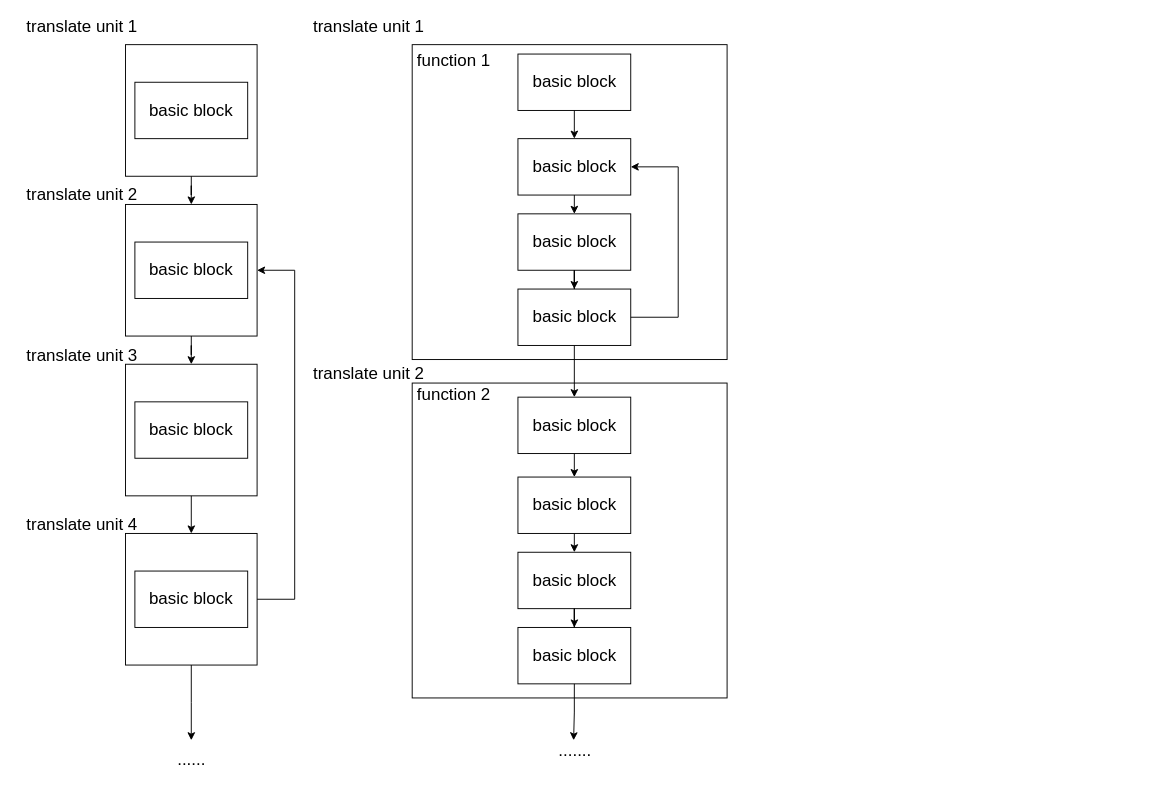
The draw.io diagram page "Page-3" (3 of 38) of lajit.drawio in ganjue66da/ganjue66da, before the edit. Source tidied: cells renumbered, new cells numbered last; positions are measured from the earlier drawing's top-left corner, leaving out a move shared by most shapes. Both pictures are drawn from the tidied source at 94%, with x=0, y=0 at pixel (16, 16).
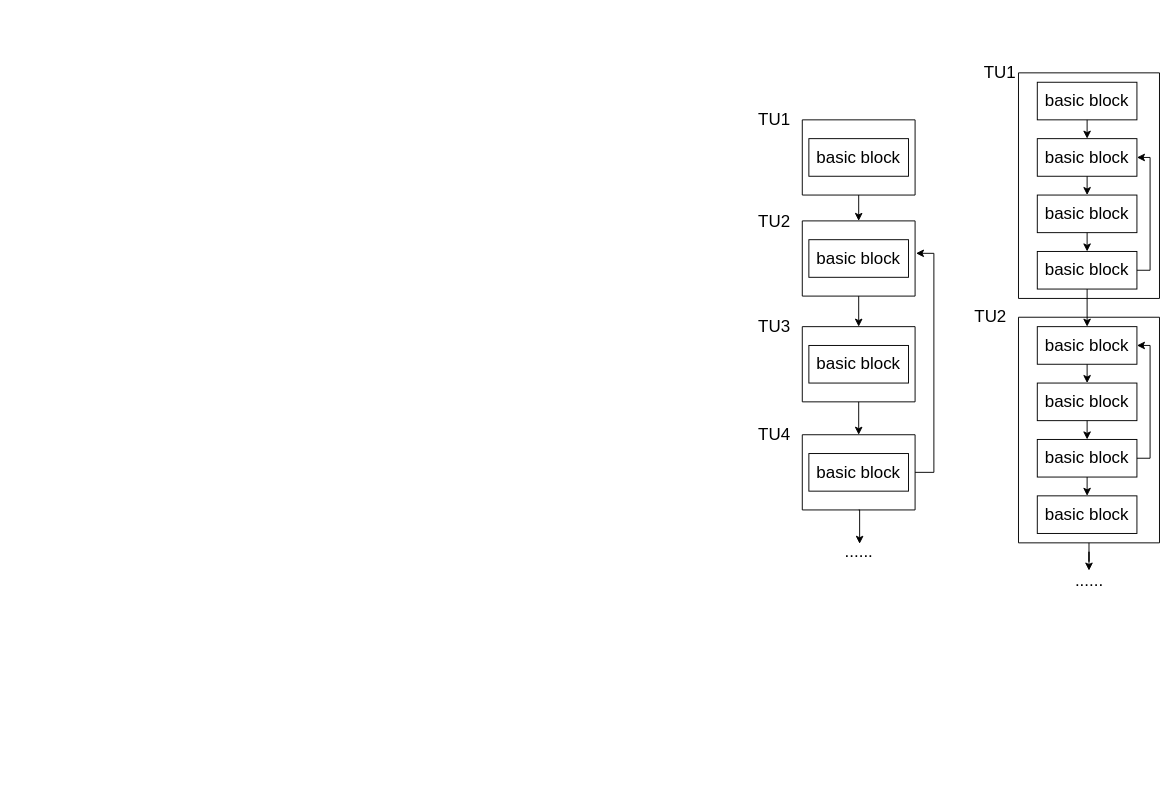
The same page after the edit.

What changed in the source:
```diff
@@
-    <mxCell id="2" style="edgeStyle=orthogonalEdgeStyle;rounded=0;jettySize=auto;html=1;exitX=0.5;exitY=1;exitDx=0;exitDy=0;" parent="1" edge="1" source="3" target="7">
-      <mxGeometry relative="1" as="geometry" />
-    </mxCell>
-    <mxCell id="3" style="whiteSpace=wrap;html=1;fillColor=none;" parent="1" vertex="1">
-      <mxGeometry x="116" y="30" width="140" height="140" as="geometry" />
-    </mxCell>
-    <mxCell id="4" value="&lt;font style=&quot;font-size: 18px&quot;&gt;&amp;nbsp;translate unit 1&lt;/font&gt;" style="text;html=1;align=center;verticalAlign=middle;strokeColor=none;fillColor=none;" parent="1" vertex="1">
-      <mxGeometry width="133" height="21" as="geometry" />
-    </mxCell>
+    <mxCell id="44" style="edgeStyle=orthogonalEdgeStyle;rounded=0;jettySize=auto;html=1;exitX=0.5;exitY=1;exitDx=0;exitDy=0;entryX=0.5;entryY=0;entryDx=0;entryDy=0;" parent="1" edge="1" source="45" target="48">
+      <mxGeometry relative="1" as="geometry" />
+    </mxCell>
+    <mxCell id="45" style="swimlane;startSize=0;" parent="1" vertex="1">
+      <mxGeometry x="836" y="110" width="120" height="80" as="geometry" />
+    </mxCell>
-    <mxCell id="5" value="&lt;font style=&quot;font-size: 18px&quot;&gt;basic block&lt;/font&gt;" style="rounded=0;whiteSpace=wrap;html=1;fillColor=none;" parent="1" vertex="1">
-      <mxGeometry x="126" y="70" width="120" height="60" as="geometry" />
+    <mxCell id="5" value="&lt;font style=&quot;font-size: 18px&quot;&gt;basic block&lt;/font&gt;" style="rounded=0;whiteSpace=wrap;html=1;fillColor=none;" parent="45" vertex="1">
+      <mxGeometry x="7" y="20" width="106" height="40" as="geometry" />
     </mxCell>
-    <mxCell id="6" style="edgeStyle=orthogonalEdgeStyle;rounded=0;jettySize=auto;html=1;entryX=0.5;entryY=0;entryDx=0;entryDy=0;" parent="1" edge="1" source="7" target="10">
-      <mxGeometry relative="1" as="geometry" />
-    </mxCell>
-    <mxCell id="7" style="whiteSpace=wrap;html=1;fillColor=none;" parent="1" vertex="1">
-      <mxGeometry x="116" y="200" width="140" height="140" as="geometry" />
-    </mxCell>
-    <mxCell id="8" value="&lt;font style=&quot;font-size: 18px&quot;&gt;basic block&lt;/font&gt;" style="rounded=0;whiteSpace=wrap;html=1;fillColor=none;" parent="1" vertex="1">
-      <mxGeometry x="126" y="240" width="120" height="60" as="geometry" />
-    </mxCell>
-    <mxCell id="9" style="edgeStyle=orthogonalEdgeStyle;rounded=0;jettySize=auto;html=1;exitX=0.5;exitY=1;exitDx=0;exitDy=0;entryX=0.5;entryY=0;entryDx=0;entryDy=0;" parent="1" edge="1" source="10" target="14">
-      <mxGeometry relative="1" as="geometry" />
-    </mxCell>
-    <mxCell id="10" style="whiteSpace=wrap;html=1;fillColor=none;" parent="1" vertex="1">
-      <mxGeometry x="116" y="370" width="140" height="140" as="geometry" />
-    </mxCell>
-    <mxCell id="11" value="&lt;font style=&quot;font-size: 18px&quot;&gt;basic block&lt;/font&gt;" style="rounded=0;whiteSpace=wrap;html=1;fillColor=none;" parent="1" vertex="1">
-      <mxGeometry x="126" y="410" width="120" height="60" as="geometry" />
-    </mxCell>
-    <mxCell id="12" style="edgeStyle=orthogonalEdgeStyle;rounded=0;jettySize=auto;html=1;exitX=1;exitY=0.5;exitDx=0;exitDy=0;entryX=1;entryY=0.5;entryDx=0;entryDy=0;" parent="1" edge="1" source="14" target="7">
-      <mxGeometry relative="1" as="geometry">
-        <Array as="points">
-          <mxPoint x="296" y="620" />
-          <mxPoint x="296" y="270" />
-        </Array>
-      </mxGeometry>
-    </mxCell>
-    <mxCell id="13" style="edgeStyle=orthogonalEdgeStyle;rounded=0;jettySize=auto;html=1;" parent="1" edge="1" source="14">
-      <mxGeometry relative="1" as="geometry">
-        <mxPoint x="186" y="770" as="targetPoint" />
-      </mxGeometry>
-    </mxCell>
-    <mxCell id="14" style="whiteSpace=wrap;html=1;fillColor=none;" parent="1" vertex="1">
-      <mxGeometry x="116" y="550" width="140" height="140" as="geometry" />
-    </mxCell>
-    <mxCell id="15" value="&lt;font style=&quot;font-size: 18px&quot;&gt;basic block&lt;/font&gt;" style="rounded=0;whiteSpace=wrap;html=1;fillColor=none;" parent="1" vertex="1">
-      <mxGeometry x="126" y="590" width="120" height="60" as="geometry" />
-    </mxCell>
-    <mxCell id="16" value="&lt;font style=&quot;font-size: 18px&quot;&gt;......&lt;/font&gt;" style="text;html=1;align=center;verticalAlign=middle;strokeColor=none;fillColor=none;" parent="1" vertex="1">
-      <mxGeometry x="166" y="780" width="40" height="21" as="geometry" />
-    </mxCell>
-    <mxCell id="17" value="&lt;font style=&quot;font-size: 18px&quot;&gt;&amp;nbsp;translate unit 2&lt;/font&gt;" style="text;html=1;align=center;verticalAlign=middle;strokeColor=none;fillColor=none;" parent="1" vertex="1">
-      <mxGeometry y="179" width="133" height="21" as="geometry" />
-    </mxCell>
-    <mxCell id="18" value="&lt;font style=&quot;font-size: 18px&quot;&gt;&amp;nbsp;translate unit 3&lt;/font&gt;" style="text;html=1;align=center;verticalAlign=middle;strokeColor=none;fillColor=none;" parent="1" vertex="1">
-      <mxGeometry y="350" width="133" height="21" as="geometry" />
-    </mxCell>
-    <mxCell id="19" value="&lt;font style=&quot;font-size: 18px&quot;&gt;&amp;nbsp;translate unit 4&lt;/font&gt;" style="text;html=1;align=center;verticalAlign=middle;strokeColor=none;fillColor=none;" parent="1" vertex="1">
-      <mxGeometry y="530" width="133" height="21" as="geometry" />
-    </mxCell>
-    <mxCell id="20" style="whiteSpace=wrap;html=1;fillColor=none;" parent="1" vertex="1">
-      <mxGeometry x="421" y="30" width="335" height="335" as="geometry" />
-    </mxCell>
-    <mxCell id="21" style="edgeStyle=orthogonalEdgeStyle;rounded=0;jettySize=auto;html=1;exitX=0.5;exitY=1;exitDx=0;exitDy=0;entryX=0.5;entryY=0;entryDx=0;entryDy=0;" parent="1" edge="1" source="22" target="24">
-      <mxGeometry relative="1" as="geometry" />
-    </mxCell>
-    <mxCell id="22" value="&lt;font style=&quot;font-size: 18px&quot;&gt;basic block&lt;/font&gt;" style="rounded=0;whiteSpace=wrap;html=1;fillColor=none;" parent="1" vertex="1">
-      <mxGeometry x="533.5" y="40" width="120" height="60" as="geometry" />
-    </mxCell>
-    <mxCell id="23" style="edgeStyle=orthogonalEdgeStyle;rounded=0;jettySize=auto;html=1;exitX=0.5;exitY=1;exitDx=0;exitDy=0;entryX=0.5;entryY=0;entryDx=0;entryDy=0;" parent="1" edge="1" source="24" target="26">
-      <mxGeometry relative="1" as="geometry" />
-    </mxCell>
-    <mxCell id="24" value="&lt;font style=&quot;font-size: 18px&quot;&gt;basic block&lt;/font&gt;" style="rounded=0;whiteSpace=wrap;html=1;fillColor=none;" parent="1" vertex="1">
-      <mxGeometry x="533.5" y="130" width="120" height="60" as="geometry" />
-    </mxCell>
-    <mxCell id="25" style="edgeStyle=orthogonalEdgeStyle;rounded=0;jettySize=auto;html=1;exitX=0.5;exitY=1;exitDx=0;exitDy=0;" parent="1" edge="1" source="26" target="28">
-      <mxGeometry relative="1" as="geometry" />
-    </mxCell>
-    <mxCell id="26" value="&lt;font style=&quot;font-size: 18px&quot;&gt;basic block&lt;/font&gt;" style="rounded=0;whiteSpace=wrap;html=1;fillColor=none;" parent="1" vertex="1">
-      <mxGeometry x="533.5" y="210" width="120" height="60" as="geometry" />
-    </mxCell>
-    <mxCell id="27" style="edgeStyle=orthogonalEdgeStyle;rounded=0;jettySize=auto;html=1;exitX=1;exitY=0.5;exitDx=0;exitDy=0;entryX=1;entryY=0.5;entryDx=0;entryDy=0;" parent="1" edge="1" source="28" target="24">
-      <mxGeometry relative="1" as="geometry">
-        <Array as="points">
-          <mxPoint x="704" y="320" />
-          <mxPoint x="704" y="160" />
-        </Array>
-      </mxGeometry>
-    </mxCell>
-    <mxCell id="28" value="&lt;font style=&quot;font-size: 18px&quot;&gt;basic block&lt;/font&gt;" style="rounded=0;whiteSpace=wrap;html=1;fillColor=none;" parent="1" vertex="1">
-      <mxGeometry x="533.5" y="290" width="120" height="60" as="geometry" />
-    </mxCell>
-    <mxCell id="29" style="whiteSpace=wrap;html=1;fillColor=none;" parent="1" vertex="1">
-      <mxGeometry x="421" y="390" width="335" height="335" as="geometry" />
-    </mxCell>
-    <mxCell id="30" style="edgeStyle=orthogonalEdgeStyle;rounded=0;jettySize=auto;html=1;exitX=0.5;exitY=1;exitDx=0;exitDy=0;entryX=0.5;entryY=0;entryDx=0;entryDy=0;" parent="1" edge="1" source="31" target="33">
-      <mxGeometry relative="1" as="geometry" />
-    </mxCell>
-    <mxCell id="31" value="&lt;font style=&quot;font-size: 18px&quot;&gt;basic block&lt;/font&gt;" style="rounded=0;whiteSpace=wrap;html=1;fillColor=none;" parent="1" vertex="1">
-      <mxGeometry x="533.5" y="405" width="120" height="60" as="geometry" />
-    </mxCell>
-    <mxCell id="32" style="edgeStyle=orthogonalEdgeStyle;rounded=0;jettySize=auto;html=1;exitX=0.5;exitY=1;exitDx=0;exitDy=0;entryX=0.5;entryY=0;entryDx=0;entryDy=0;" parent="1" edge="1" source="33" target="35">
-      <mxGeometry relative="1" as="geometry" />
-    </mxCell>
-    <mxCell id="33" value="&lt;font style=&quot;font-size: 18px&quot;&gt;basic block&lt;/font&gt;" style="rounded=0;whiteSpace=wrap;html=1;fillColor=none;" parent="1" vertex="1">
-      <mxGeometry x="533.5" y="490" width="120" height="60" as="geometry" />
-    </mxCell>
-    <mxCell id="34" style="edgeStyle=orthogonalEdgeStyle;rounded=0;jettySize=auto;html=1;exitX=0.5;exitY=1;exitDx=0;exitDy=0;" parent="1" edge="1" source="35" target="37">
-      <mxGeometry relative="1" as="geometry" />
-    </mxCell>
-    <mxCell id="35" value="&lt;font style=&quot;font-size: 18px&quot;&gt;basic block&lt;/font&gt;" style="rounded=0;whiteSpace=wrap;html=1;fillColor=none;" parent="1" vertex="1">
-      <mxGeometry x="533.5" y="570" width="120" height="60" as="geometry" />
-    </mxCell>
-    <mxCell id="36" style="edgeStyle=orthogonalEdgeStyle;rounded=0;jettySize=auto;html=1;exitX=0.5;exitY=1;exitDx=0;exitDy=0;entryX=0.472;entryY=0;entryDx=0;entryDy=0;entryPerimeter=0;" parent="1" edge="1" source="37" target="39">
-      <mxGeometry relative="1" as="geometry" />
-    </mxCell>
-    <mxCell id="37" value="&lt;font style=&quot;font-size: 18px&quot;&gt;basic block&lt;/font&gt;" style="rounded=0;whiteSpace=wrap;html=1;fillColor=none;" parent="1" vertex="1">
-      <mxGeometry x="533.5" y="650" width="120" height="60" as="geometry" />
-    </mxCell>
-    <mxCell id="38" style="endArrow=classic;html=1;rounded=0;entryX=0.5;entryY=0;entryDx=0;entryDy=0;exitX=0.5;exitY=1;exitDx=0;exitDy=0;" parent="1" edge="1" source="28" target="31">
-      <mxGeometry relative="1" as="geometry" />
-    </mxCell>
-    <mxCell id="39" value="&lt;font style=&quot;font-size: 18px&quot;&gt;.......&lt;/font&gt;" style="text;html=1;align=center;verticalAlign=middle;points=[];strokeColor=none;fillColor=none;" parent="1" vertex="1">
-      <mxGeometry x="571.5" y="770" width="45" height="21" as="geometry" />
-    </mxCell>
-    <mxCell id="40" value="&lt;font style=&quot;font-size: 18px&quot;&gt;&amp;nbsp;translate unit 1&lt;/font&gt;" style="text;html=1;align=center;verticalAlign=middle;strokeColor=none;fillColor=none;" parent="1" vertex="1">
-      <mxGeometry x="305" width="133" height="21" as="geometry" />
-    </mxCell>
-    <mxCell id="41" value="&lt;font style=&quot;font-size: 18px&quot;&gt;&amp;nbsp;translate unit 2&lt;/font&gt;" style="text;html=1;align=center;verticalAlign=middle;strokeColor=none;fillColor=none;" parent="1" vertex="1">
-      <mxGeometry x="305" y="369" width="133" height="21" as="geometry" />
-    </mxCell>
-    <mxCell id="42" value="function 1" style="text;html=1;align=center;verticalAlign=middle;strokeColor=none;fillColor=none;fontSize=18;" parent="1" vertex="1">
-      <mxGeometry x="421" y="34" width="88" height="26" as="geometry" />
-    </mxCell>
-    <mxCell id="43" value="function 2" style="text;html=1;align=center;verticalAlign=middle;strokeColor=none;fillColor=none;fontSize=18;" parent="1" vertex="1">
-      <mxGeometry x="421" y="390" width="88" height="26" as="geometry" />
-    </mxCell>
+    <mxCell id="46" value="&lt;font style=&quot;font-size: 18px;&quot;&gt;TU1&lt;/font&gt;" style="text;html=1;align=center;verticalAlign=middle;strokeColor=none;fillColor=none;" parent="1" vertex="1">
+      <mxGeometry x="776" y="90" width="60" height="40" as="geometry" />
+    </mxCell>
+    <mxCell id="47" style="edgeStyle=orthogonalEdgeStyle;rounded=0;jettySize=auto;html=1;exitX=0.5;exitY=1;exitDx=0;exitDy=0;entryX=0.5;entryY=0;entryDx=0;entryDy=0;" parent="1" edge="1" source="48" target="52">
+      <mxGeometry relative="1" as="geometry" />
+    </mxCell>
+    <mxCell id="48" style="swimlane;startSize=0;" parent="1" vertex="1">
+      <mxGeometry x="836" y="217.5" width="120" height="80" as="geometry" />
+    </mxCell>
+    <mxCell id="49" value="&lt;font style=&quot;font-size: 18px&quot;&gt;basic block&lt;/font&gt;" style="rounded=0;whiteSpace=wrap;html=1;fillColor=none;" parent="48" vertex="1">
+      <mxGeometry x="7" y="20" width="106" height="40" as="geometry" />
+    </mxCell>
+    <mxCell id="50" value="&lt;font style=&quot;font-size: 18px;&quot;&gt;TU2&lt;/font&gt;" style="text;html=1;align=center;verticalAlign=middle;strokeColor=none;fillColor=none;" parent="1" vertex="1">
+      <mxGeometry x="776" y="197.5" width="60" height="40" as="geometry" />
+    </mxCell>
+    <mxCell id="51" style="edgeStyle=orthogonalEdgeStyle;rounded=0;jettySize=auto;html=1;exitX=0.5;exitY=1;exitDx=0;exitDy=0;entryX=0.5;entryY=0;entryDx=0;entryDy=0;" parent="1" edge="1" source="52" target="57">
+      <mxGeometry relative="1" as="geometry" />
+    </mxCell>
+    <mxCell id="52" style="swimlane;startSize=0;" parent="1" vertex="1">
+      <mxGeometry x="836" y="330" width="120" height="80" as="geometry" />
+    </mxCell>
+    <mxCell id="53" value="&lt;font style=&quot;font-size: 18px&quot;&gt;basic block&lt;/font&gt;" style="rounded=0;whiteSpace=wrap;html=1;fillColor=none;" parent="52" vertex="1">
+      <mxGeometry x="7" y="20" width="106" height="40" as="geometry" />
+    </mxCell>
+    <mxCell id="54" value="&lt;font style=&quot;font-size: 18px;&quot;&gt;TU3&lt;/font&gt;" style="text;html=1;align=center;verticalAlign=middle;strokeColor=none;fillColor=none;" parent="1" vertex="1">
+      <mxGeometry x="776" y="310" width="60" height="40" as="geometry" />
+    </mxCell>
+    <mxCell id="55" style="edgeStyle=orthogonalEdgeStyle;rounded=0;jettySize=auto;html=1;exitX=1;exitY=0.5;exitDx=0;exitDy=0;entryX=1.008;entryY=0.431;entryDx=0;entryDy=0;entryPerimeter=0;" parent="1" edge="1" source="57" target="48">
+      <mxGeometry relative="1" as="geometry" />
+    </mxCell>
+    <mxCell id="56" style="edgeStyle=orthogonalEdgeStyle;rounded=0;jettySize=auto;html=1;exitX=0.5;exitY=1;exitDx=0;exitDy=0;entryX=0.525;entryY=0.095;entryDx=0;entryDy=0;entryPerimeter=0;" parent="1" edge="1" source="57" target="60">
+      <mxGeometry relative="1" as="geometry" />
+    </mxCell>
+    <mxCell id="57" style="swimlane;startSize=0;" parent="1" vertex="1">
+      <mxGeometry x="836" y="445" width="120" height="80" as="geometry" />
+    </mxCell>
+    <mxCell id="58" value="&lt;font style=&quot;font-size: 18px&quot;&gt;basic block&lt;/font&gt;" style="rounded=0;whiteSpace=wrap;html=1;fillColor=none;" parent="57" vertex="1">
+      <mxGeometry x="7" y="20" width="106" height="40" as="geometry" />
+    </mxCell>
+    <mxCell id="59" value="&lt;font style=&quot;font-size: 18px;&quot;&gt;TU4&lt;/font&gt;" style="text;html=1;align=center;verticalAlign=middle;strokeColor=none;fillColor=none;" parent="1" vertex="1">
+      <mxGeometry x="776" y="425" width="60" height="40" as="geometry" />
+    </mxCell>
+    <mxCell id="60" value="&lt;font style=&quot;font-size: 18px&quot;&gt;......&lt;/font&gt;" style="text;html=1;align=center;verticalAlign=middle;points=[];strokeColor=none;fillColor=none;" parent="1" vertex="1">
+      <mxGeometry x="876" y="559" width="40" height="21" as="geometry" />
+    </mxCell>
+    <mxCell id="61" style="swimlane;startSize=0;" parent="1" vertex="1">
+      <mxGeometry x="1066" y="60" width="150" height="240" as="geometry" />
+    </mxCell>
+    <mxCell id="62" style="edgeStyle=orthogonalEdgeStyle;rounded=0;jettySize=auto;html=1;exitX=0.5;exitY=1;exitDx=0;exitDy=0;entryX=0.5;entryY=0;entryDx=0;entryDy=0;" parent="61" edge="1" source="63" target="65">
+      <mxGeometry relative="1" as="geometry" />
+    </mxCell>
+    <mxCell id="63" value="&lt;font style=&quot;font-size: 18px&quot;&gt;basic block&lt;/font&gt;" style="rounded=0;whiteSpace=wrap;html=1;fillColor=none;" parent="61" vertex="1">
+      <mxGeometry x="20" y="10" width="106" height="40" as="geometry" />
+    </mxCell>
+    <mxCell id="64" style="edgeStyle=orthogonalEdgeStyle;rounded=0;jettySize=auto;html=1;exitX=0.5;exitY=1;exitDx=0;exitDy=0;entryX=0.5;entryY=0;entryDx=0;entryDy=0;" parent="61" edge="1" source="65" target="67">
+      <mxGeometry relative="1" as="geometry" />
+    </mxCell>
+    <mxCell id="65" value="&lt;font style=&quot;font-size: 18px&quot;&gt;basic block&lt;/font&gt;" style="rounded=0;whiteSpace=wrap;html=1;fillColor=none;" parent="61" vertex="1">
+      <mxGeometry x="20" y="70" width="106" height="40" as="geometry" />
+    </mxCell>
+    <mxCell id="66" style="edgeStyle=orthogonalEdgeStyle;rounded=0;jettySize=auto;html=1;exitX=0.5;exitY=1;exitDx=0;exitDy=0;entryX=0.5;entryY=0;entryDx=0;entryDy=0;" parent="61" edge="1" source="67" target="69">
+      <mxGeometry relative="1" as="geometry" />
+    </mxCell>
+    <mxCell id="67" value="&lt;font style=&quot;font-size: 18px&quot;&gt;basic block&lt;/font&gt;" style="rounded=0;whiteSpace=wrap;html=1;fillColor=none;" parent="61" vertex="1">
+      <mxGeometry x="20" y="130" width="106" height="40" as="geometry" />
+    </mxCell>
+    <mxCell id="68" style="edgeStyle=orthogonalEdgeStyle;rounded=0;jettySize=auto;html=1;exitX=1;exitY=0.5;exitDx=0;exitDy=0;entryX=1;entryY=0.5;entryDx=0;entryDy=0;" parent="61" edge="1" source="69" target="65">
+      <mxGeometry relative="1" as="geometry">
+        <Array as="points">
+          <mxPoint x="140" y="210" />
+          <mxPoint x="140" y="90" />
+        </Array>
+      </mxGeometry>
+    </mxCell>
+    <mxCell id="69" value="&lt;font style=&quot;font-size: 18px&quot;&gt;basic block&lt;/font&gt;" style="rounded=0;whiteSpace=wrap;html=1;fillColor=none;" parent="61" vertex="1">
+      <mxGeometry x="20" y="190" width="106" height="40" as="geometry" />
+    </mxCell>
+    <mxCell id="70" value="&lt;font style=&quot;font-size: 18px;&quot;&gt;TU1&lt;/font&gt;" style="text;html=1;align=center;verticalAlign=middle;strokeColor=none;fillColor=none;" parent="1" vertex="1">
+      <mxGeometry x="1016" y="40" width="60" height="40" as="geometry" />
+    </mxCell>
+    <mxCell id="71" style="edgeStyle=orthogonalEdgeStyle;rounded=0;jettySize=auto;html=1;exitX=0.5;exitY=1;exitDx=0;exitDy=0;" parent="1" edge="1" source="72" target="83">
+      <mxGeometry relative="1" as="geometry" />
+    </mxCell>
+    <mxCell id="72" style="swimlane;startSize=0;" parent="1" vertex="1">
+      <mxGeometry x="1066" y="320" width="150" height="240" as="geometry" />
+    </mxCell>
+    <mxCell id="73" style="edgeStyle=orthogonalEdgeStyle;rounded=0;jettySize=auto;html=1;exitX=0.5;exitY=1;exitDx=0;exitDy=0;entryX=0.5;entryY=0;entryDx=0;entryDy=0;" parent="72" edge="1" source="74" target="76">
+      <mxGeometry relative="1" as="geometry" />
+    </mxCell>
+    <mxCell id="74" value="&lt;font style=&quot;font-size: 18px&quot;&gt;basic block&lt;/font&gt;" style="rounded=0;whiteSpace=wrap;html=1;fillColor=none;" parent="72" vertex="1">
+      <mxGeometry x="20" y="10" width="106" height="40" as="geometry" />
+    </mxCell>
+    <mxCell id="75" style="edgeStyle=orthogonalEdgeStyle;rounded=0;jettySize=auto;html=1;exitX=0.5;exitY=1;exitDx=0;exitDy=0;entryX=0.5;entryY=0;entryDx=0;entryDy=0;" parent="72" edge="1" source="76" target="79">
+      <mxGeometry relative="1" as="geometry" />
+    </mxCell>
+    <mxCell id="76" value="&lt;font style=&quot;font-size: 18px&quot;&gt;basic block&lt;/font&gt;" style="rounded=0;whiteSpace=wrap;html=1;fillColor=none;" parent="72" vertex="1">
+      <mxGeometry x="20" y="70" width="106" height="40" as="geometry" />
+    </mxCell>
+    <mxCell id="77" style="edgeStyle=orthogonalEdgeStyle;rounded=0;jettySize=auto;html=1;exitX=0.5;exitY=1;exitDx=0;exitDy=0;entryX=0.5;entryY=0;entryDx=0;entryDy=0;" parent="72" edge="1" source="79" target="80">
+      <mxGeometry relative="1" as="geometry" />
+    </mxCell>
+    <mxCell id="78" style="edgeStyle=orthogonalEdgeStyle;rounded=0;jettySize=auto;html=1;exitX=1;exitY=0.5;exitDx=0;exitDy=0;entryX=1;entryY=0.5;entryDx=0;entryDy=0;" parent="72" edge="1" source="79" target="74">
+      <mxGeometry relative="1" as="geometry">
+        <Array as="points">
+          <mxPoint x="140" y="150" />
+          <mxPoint x="140" y="30" />
+        </Array>
+      </mxGeometry>
+    </mxCell>
+    <mxCell id="79" value="&lt;font style=&quot;font-size: 18px&quot;&gt;basic block&lt;/font&gt;" style="rounded=0;whiteSpace=wrap;html=1;fillColor=none;" parent="72" vertex="1">
+      <mxGeometry x="20" y="130" width="106" height="40" as="geometry" />
+    </mxCell>
+    <mxCell id="80" value="&lt;font style=&quot;font-size: 18px&quot;&gt;basic block&lt;/font&gt;" style="rounded=0;whiteSpace=wrap;html=1;fillColor=none;" parent="72" vertex="1">
+      <mxGeometry x="20" y="190" width="106" height="40" as="geometry" />
+    </mxCell>
+    <mxCell id="81" style="edgeStyle=orthogonalEdgeStyle;rounded=0;jettySize=auto;html=1;exitX=0.5;exitY=1;exitDx=0;exitDy=0;entryX=0.5;entryY=0;entryDx=0;entryDy=0;" parent="1" edge="1" source="69" target="74">
+      <mxGeometry relative="1" as="geometry" />
+    </mxCell>
+    <mxCell id="82" value="&lt;font style=&quot;font-size: 18px;&quot;&gt;TU2&lt;/font&gt;" style="text;html=1;align=center;verticalAlign=middle;strokeColor=none;fillColor=none;" parent="1" vertex="1">
+      <mxGeometry x="1006" y="300" width="60" height="40" as="geometry" />
+    </mxCell>
+    <mxCell id="83" value="&lt;font style=&quot;font-size: 18px&quot;&gt;......&lt;/font&gt;" style="text;html=1;align=center;verticalAlign=middle;points=[];strokeColor=none;fillColor=none;" parent="1" vertex="1">
+      <mxGeometry x="1121" y="589.5" width="40" height="21" as="geometry" />
+    </mxCell>
```
